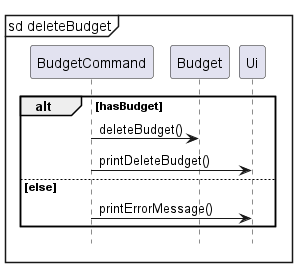
nus-cs2113-AY2324S1/tp keeps this PlantUML diagram as docs/images/deleteBudget.png. Above is the earlier version.
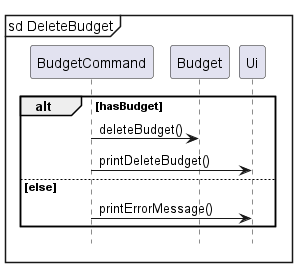
The same diagram one commit later.

Diff of the diagram source:
```diff
@@ -1,6 +1,6 @@
 @startuml
 
-mainframe sd deleteBudget
+mainframe sd DeleteBudget
 participant BudgetCommand
 participant Budget
 participant Ui
```
